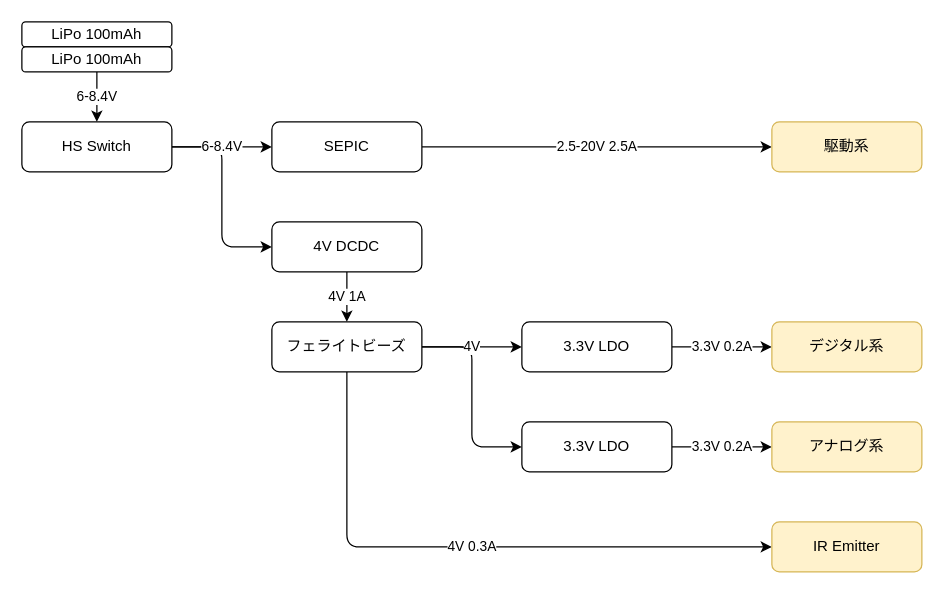
sshun28/sakuranezumi-gen2-design keeps this draw.io diagram as assets/img/circuit_vehicle_power.drawio. Above is the earlier version. Source tidied: cells renumbered, new cells numbered last; positions are measured from the earlier drawing's top-left corner, leaving out a move shared by most shapes. Both pictures are drawn from the tidied source at 125%, with x=0, y=0 at pixel (21, 21).
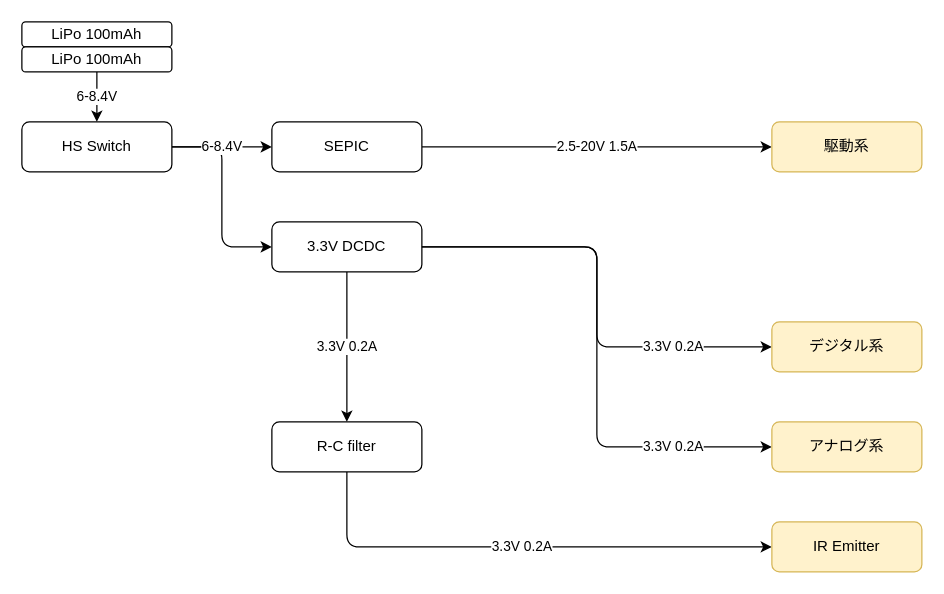
After the change.

Unchanged cells that the change refers to:
```xml
<mxCell id="5" value="SEPIC" style="rounded=1;whiteSpace=wrap;html=1;" parent="1" vertex="1">
  <mxGeometry x="200" y="80" width="120" height="40" as="geometry" />
</mxCell>
<mxCell id="13" value="駆動系" style="rounded=1;whiteSpace=wrap;html=1;fillColor=#fff2cc;strokeColor=#d6b656;" parent="1" vertex="1">
  <mxGeometry x="600" y="80" width="120" height="40" as="geometry" />
</mxCell>
<mxCell id="22" value="デジタル系" style="rounded=1;whiteSpace=wrap;html=1;fillColor=#fff2cc;strokeColor=#d6b656;" parent="1" vertex="1">
  <mxGeometry x="600" y="240" width="120" height="40" as="geometry" />
</mxCell>
<mxCell id="23" value="アナログ系" style="rounded=1;whiteSpace=wrap;html=1;fillColor=#fff2cc;strokeColor=#d6b656;" parent="1" vertex="1">
  <mxGeometry x="600" y="320" width="120" height="40" as="geometry" />
</mxCell>
<mxCell id="24" value="IR Emitter" style="rounded=1;whiteSpace=wrap;html=1;fillColor=#fff2cc;strokeColor=#d6b656;" parent="1" vertex="1">
  <mxGeometry x="600" y="400" width="120" height="40" as="geometry" />
</mxCell>
```

The edit, as a diff of the source:
```diff
@@
-    <mxCell id="4" value="2.5-20V 2.5A" style="edgeStyle=none;html=1;elbow=vertical;" parent="1" edge="1" source="5" target="13">
+    <mxCell id="4" value="2.5-20V 1.5A" style="edgeStyle=none;html=1;elbow=vertical;" parent="1" edge="1" source="5" target="13">
       <mxGeometry relative="1" as="geometry" />
     </mxCell>
@@
-    <mxCell id="11" value="4V 1A" style="edgeStyle=elbowEdgeStyle;html=1;" parent="1" edge="1" source="12" target="21">
-      <mxGeometry relative="1" as="geometry" />
-    </mxCell>
-    <mxCell id="12" value="4V DCDC" style="rounded=1;whiteSpace=wrap;html=1;" parent="1" vertex="1">
+    <mxCell id="12" value="3.3V DCDC" style="rounded=1;whiteSpace=wrap;html=1;" parent="1" vertex="1">
       <mxGeometry x="200" y="160" width="120" height="40" as="geometry" />
     </mxCell>
@@
-    <mxCell id="14" value="3.3V 0.2A" style="edgeStyle=elbowEdgeStyle;html=1;" parent="1" edge="1" source="15" target="22">
-      <mxGeometry relative="1" as="geometry" />
+    <mxCell id="14" value="3.3V 0.2A" style="edgeStyle=elbowEdgeStyle;html=1;" parent="1" edge="1" source="12" target="22">
+      <mxGeometry x="0.56" relative="1" as="geometry" />
     </mxCell>
-    <mxCell id="15" value="3.3V LDO" style="rounded=1;whiteSpace=wrap;html=1;" parent="1" vertex="1">
-      <mxGeometry x="400" y="240" width="120" height="40" as="geometry" />
-    </mxCell>
-    <mxCell id="16" value="3.3V 0.2A" style="edgeStyle=elbowEdgeStyle;html=1;" parent="1" edge="1" source="17" target="23">
-      <mxGeometry relative="1" as="geometry" />
+    <mxCell id="16" value="3.3V 0.2A" style="edgeStyle=elbowEdgeStyle;html=1;" parent="1" edge="1" source="12" target="23">
+      <mxGeometry x="0.64" relative="1" as="geometry">
+        <Array as="points">
+          <mxPoint x="460" y="310" />
+        </Array>
+      </mxGeometry>
     </mxCell>
-    <mxCell id="17" value="3.3V LDO" style="rounded=1;whiteSpace=wrap;html=1;" parent="1" vertex="1">
-      <mxGeometry x="400" y="320" width="120" height="40" as="geometry" />
-    </mxCell>
-    <mxCell id="18" style="edgeStyle=elbowEdgeStyle;html=1;" parent="1" edge="1" source="21" target="17">
-      <mxGeometry relative="1" as="geometry" />
-    </mxCell>
-    <mxCell id="19" value="4V" style="edgeStyle=elbowEdgeStyle;html=1;" parent="1" edge="1" source="21" target="15">
-      <mxGeometry relative="1" as="geometry" />
-    </mxCell>
-    <mxCell id="20" value="4V 0.3A" style="edgeStyle=elbowEdgeStyle;html=1;entryX=0;entryY=0.5;entryDx=0;entryDy=0;exitX=0.5;exitY=1;exitDx=0;exitDy=0;elbow=vertical;" parent="1" edge="1" source="21" target="24">
+    <mxCell id="20" value="3.3V 0.2A" style="edgeStyle=elbowEdgeStyle;html=1;entryX=0;entryY=0.5;entryDx=0;entryDy=0;elbow=vertical;" parent="1" edge="1" source="25" target="24">
       <mxGeometry relative="1" as="geometry">
         <Array as="points">
           <mxPoint x="430" y="420" />
         </Array>
       </mxGeometry>
     </mxCell>
-    <mxCell id="21" value="フェライトビーズ" style="rounded=1;whiteSpace=wrap;html=1;" parent="1" vertex="1">
-      <mxGeometry x="200" y="240" width="120" height="40" as="geometry" />
-    </mxCell>
@@
+    <mxCell id="25" value="R-C filter" style="rounded=1;whiteSpace=wrap;html=1;" parent="1" vertex="1">
+      <mxGeometry x="200" y="320" width="120" height="40" as="geometry" />
+    </mxCell>
+    <mxCell id="26" value="3.3V 0.2A" style="html=1;" parent="1" edge="1" source="12" target="25">
+      <mxGeometry relative="1" as="geometry" />
+    </mxCell>
```
